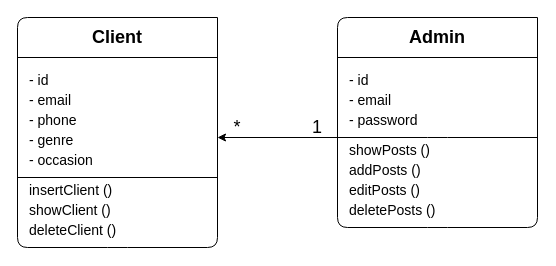
Earlier version of the draw.io diagram Conseption/Conseption-Back/UML/classDiagram.dio (Douaa19/PFR). Source tidied: cells renumbered, new cells numbered last; positions are measured from the earlier drawing's top-left corner, leaving out a move shared by most shapes. Both pictures are drawn from the tidied source at 100%, with x=0, y=0 at pixel (17, 17).
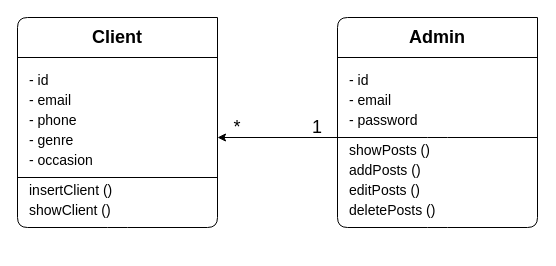
After the change.

Change to the diagram source:
```diff
@@
     <mxCell id="2" style="endArrow=none;html=1;" parent="1" edge="1">
       <mxGeometry relative="1" as="geometry">
         <mxPoint x="200" as="sourcePoint" />
         <mxPoint x="200" as="targetPoint" />
         <Array as="points">
-          <mxPoint x="200" y="230" />
-          <mxPoint x="100" y="230" />
-          <mxPoint y="230" />
+          <mxPoint x="200" y="210" />
+          <mxPoint x="100" y="210" />
+          <mxPoint y="210" />
           <mxPoint />
         </Array>
       </mxGeometry>
     </mxCell>
@@
-    <mxCell id="12" value="&lt;span style=&quot;font-size: 14px ; font-weight: 400&quot;&gt;deleteClient ()&lt;/span&gt;" style="text;strokeColor=none;fillColor=none;html=1;fontSize=24;fontStyle=1;verticalAlign=middle;align=left;" parent="1" vertex="1">
-      <mxGeometry x="10" y="200" width="180" height="20" as="geometry" />
-    </mxCell>
```
